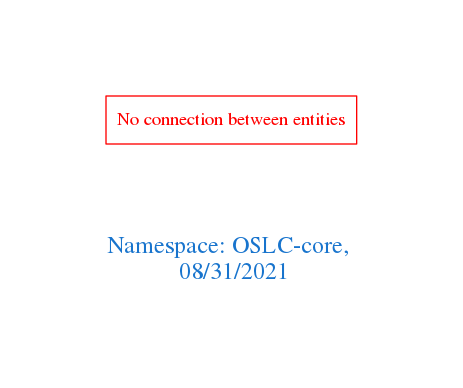
Earlier version of the Graphviz export downloads/OSLC-core.png (arago/OGIT). Its source is kept beside it as downloads/OSLC-core.dot.
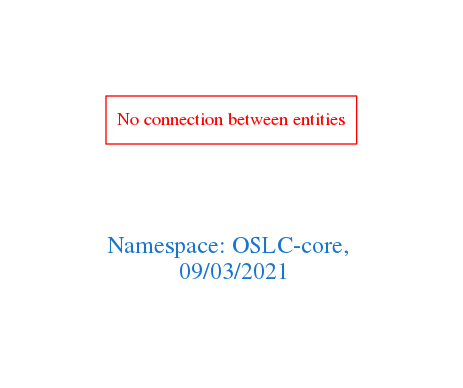
The same diagram one commit later.

Change to the diagram source:
```diff
@@ -1,7 +1,7 @@
 digraph OGIT_ontology {
  graph [ rankdir= LR,pad=1
 fontsize = 18,
-fontcolor= dodgerblue3,label = "\n\n\nNamespace: OSLC-core, \n 08/31/2021"];
+fontcolor= dodgerblue3,label = "\n\n\nNamespace: OSLC-core, \n 09/03/2021"];
 node[shape=polygon];
 edge [  color="gray81"];
 
```
